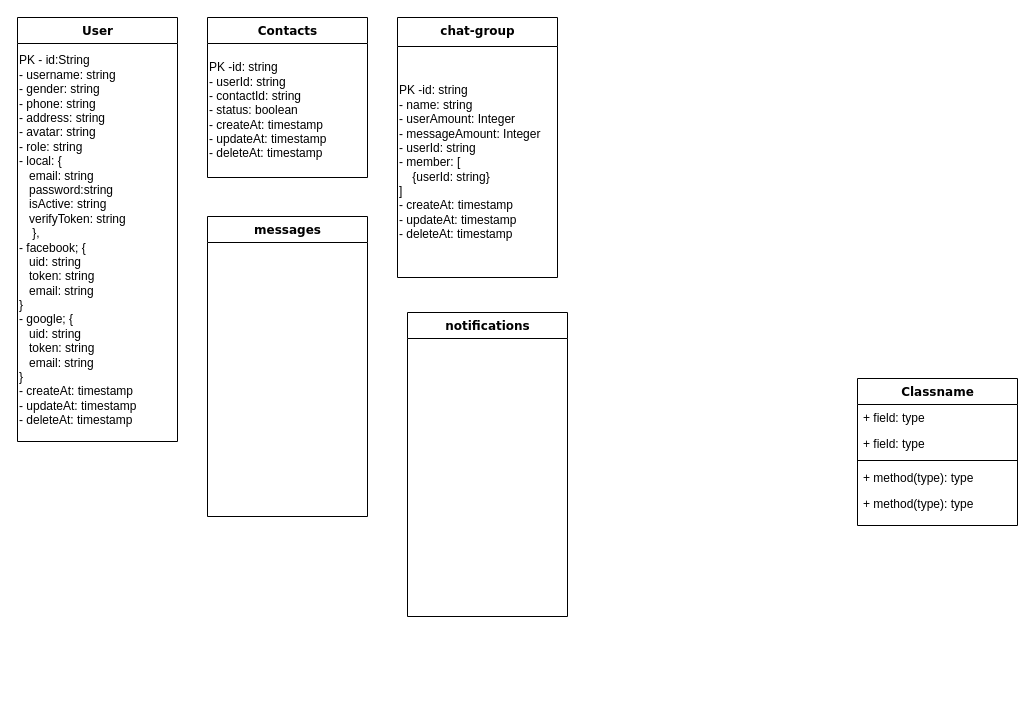
Before: Untitled Diagram.drawio in duocnm98/chatting-app, a draw.io diagram. Source tidied: cells renumbered, new cells numbered last; positions are measured from the earlier drawing's top-left corner, leaving out a move shared by most shapes. Both pictures are drawn from the tidied source at 100%, with x=0, y=0 at pixel (17, 17).
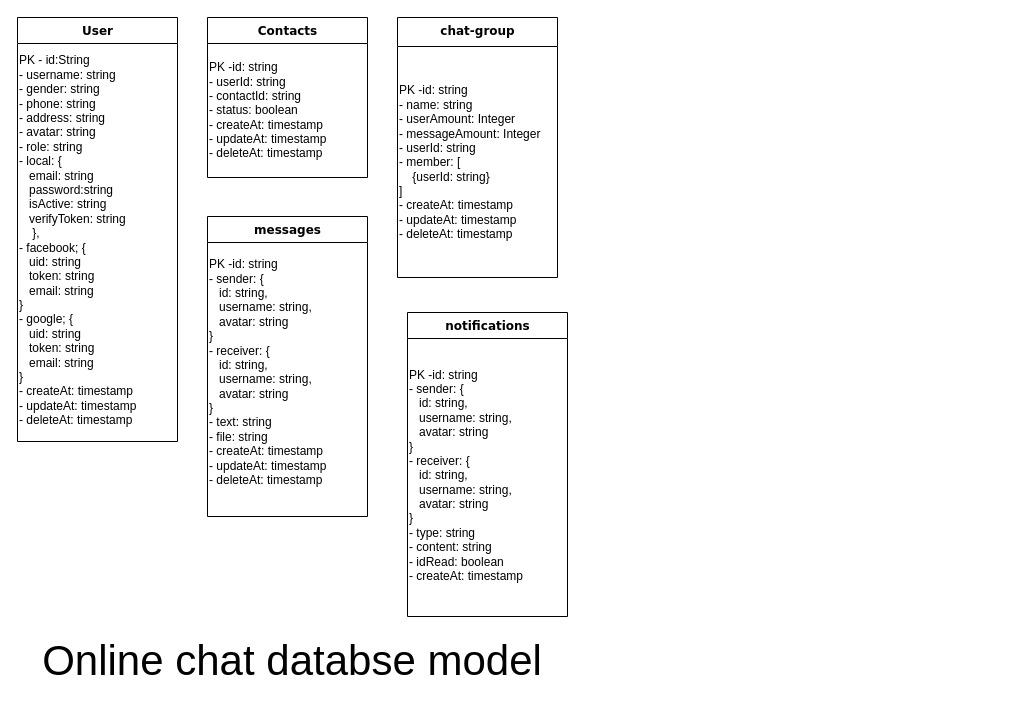
The same diagram, later.

Change to the diagram source:
```diff
@@
 <mxGraphModel background="#ffffff">
   <root>
     <mxCell id="0" />
     <mxCell id="1" parent="0" />
     <mxCell id="2" value="User" style="swimlane;html=1;fontStyle=1;align=center;verticalAlign=top;horizontal=1;startSize=26;swimlaneFillColor=#ffffff;rounded=0;shadow=0;comic=0;labelBackgroundColor=none;strokeColor=#000000;strokeWidth=1;fillColor=none;fontFamily=Verdana;fontSize=12;fontColor=#000000;" parent="1" vertex="1">
       <mxGeometry width="160" height="424" as="geometry" />
     </mxCell>
     <mxCell id="3" value="&lt;div&gt;&lt;span&gt;PK - id:String&lt;/span&gt;&lt;/div&gt;&lt;div&gt;- username: string&lt;/div&gt;&lt;div&gt;- gender: string&lt;/div&gt;&lt;div&gt;- phone: string&lt;/div&gt;&lt;div&gt;- address: string&lt;/div&gt;&lt;div&gt;- avatar: string&lt;/div&gt;&lt;div&gt;- role: string&lt;/div&gt;&lt;div&gt;- local: {&lt;/div&gt;&lt;div&gt;&amp;nbsp; &amp;nbsp;email: string&lt;/div&gt;&lt;div&gt;&amp;nbsp; &amp;nbsp;password:string&lt;/div&gt;&lt;div&gt;&amp;nbsp; &amp;nbsp;isActive: string&lt;/div&gt;&lt;div&gt;&amp;nbsp; &amp;nbsp;verifyToken: string&lt;/div&gt;&lt;div&gt;&amp;nbsp; &amp;nbsp; },&lt;/div&gt;&lt;div&gt;- facebook; {&lt;/div&gt;&lt;div&gt;&amp;nbsp; &amp;nbsp;uid: string&lt;/div&gt;&lt;div&gt;&amp;nbsp; &amp;nbsp;token: string&lt;/div&gt;&lt;div&gt;&amp;nbsp; &amp;nbsp;email: string&lt;/div&gt;&lt;div&gt;}&lt;/div&gt;&lt;div&gt;&lt;div&gt;- google; {&lt;/div&gt;&lt;div&gt;&amp;nbsp; &amp;nbsp;uid: string&lt;/div&gt;&lt;div&gt;&amp;nbsp; &amp;nbsp;token: string&lt;/div&gt;&lt;div&gt;&amp;nbsp; &amp;nbsp;email: string&lt;/div&gt;&lt;div&gt;}&lt;/div&gt;&lt;/div&gt;&lt;div&gt;- createAt: timestamp&lt;/div&gt;&lt;div&gt;- updateAt: timestamp&lt;/div&gt;&lt;div&gt;- deleteAt: timestamp&lt;/div&gt;" style="text;html=1;strokeColor=none;fillColor=none;align=left;verticalAlign=middle;whiteSpace=wrap;rounded=0;" parent="2" vertex="1">
       <mxGeometry y="26" width="160" height="394" as="geometry" />
     </mxCell>
     <mxCell id="4" value="Contacts" style="swimlane;html=1;fontStyle=1;align=center;verticalAlign=top;horizontal=1;startSize=26;swimlaneFillColor=#ffffff;rounded=0;shadow=0;comic=0;labelBackgroundColor=none;strokeColor=#000000;strokeWidth=1;fillColor=none;fontFamily=Verdana;fontSize=12;fontColor=#000000;" parent="1" vertex="1">
       <mxGeometry x="190" width="160" height="160" as="geometry" />
     </mxCell>
     <mxCell id="5" value="PK -id: string&lt;br&gt;- userId: string&lt;br&gt;- contactId: string&lt;br&gt;- status: boolean&lt;br&gt;&lt;div&gt;- createAt: timestamp&lt;/div&gt;&lt;div&gt;- updateAt: timestamp&lt;/div&gt;&lt;div&gt;- deleteAt: timestamp&lt;/div&gt;" style="text;html=1;strokeColor=none;fillColor=none;align=left;verticalAlign=middle;whiteSpace=wrap;rounded=0;" parent="4" vertex="1">
       <mxGeometry y="26" width="160" height="134" as="geometry" />
     </mxCell>
     <mxCell id="6" value="chat-group" style="swimlane;html=1;fontStyle=1;align=center;verticalAlign=top;horizontal=1;startSize=29;swimlaneFillColor=#ffffff;rounded=0;shadow=0;comic=0;labelBackgroundColor=none;strokeColor=#000000;strokeWidth=1;fillColor=none;fontFamily=Verdana;fontSize=12;fontColor=#000000;" parent="1" vertex="1">
       <mxGeometry x="380" width="160" height="260" as="geometry" />
     </mxCell>
     <mxCell id="7" value="PK -id: string&lt;br&gt;- name: string&lt;br&gt;- userAmount: Integer&lt;br&gt;- messageAmount: Integer&lt;br&gt;- userId: string&lt;br&gt;- member: [&lt;br&gt;&amp;nbsp; &amp;nbsp; {userId: string}&lt;br&gt;]&lt;br&gt;&lt;span&gt;- createAt: timestamp&lt;/span&gt;&lt;div&gt;- updateAt: timestamp&lt;/div&gt;&lt;div&gt;- deleteAt: timestamp&lt;/div&gt;" style="text;html=1;strokeColor=none;fillColor=none;align=left;verticalAlign=middle;whiteSpace=wrap;rounded=0;" parent="6" vertex="1">
       <mxGeometry y="29" width="160" height="231" as="geometry" />
     </mxCell>
     <mxCell id="8" value="messages" style="swimlane;html=1;fontStyle=1;align=center;verticalAlign=top;horizontal=1;startSize=26;swimlaneFillColor=#ffffff;rounded=0;shadow=0;comic=0;labelBackgroundColor=none;strokeColor=#000000;strokeWidth=1;fillColor=none;fontFamily=Verdana;fontSize=12;fontColor=#000000;" parent="1" vertex="1">
       <mxGeometry x="190" y="199" width="160" height="300" as="geometry" />
     </mxCell>
+    <mxCell id="16" value="PK -id: string&lt;br&gt;- sender: {&lt;br&gt;&amp;nbsp; &amp;nbsp;id: string,&lt;br&gt;&amp;nbsp; &amp;nbsp;username: string,&lt;br&gt;&amp;nbsp; &amp;nbsp;avatar: string&lt;br&gt;}&lt;br&gt;- receiver: {&lt;br&gt;&amp;nbsp; &amp;nbsp;id: string,&lt;br&gt;&amp;nbsp; &amp;nbsp;username: string,&lt;br&gt;&amp;nbsp; &amp;nbsp;avatar: string&lt;br&gt;}&lt;br&gt;- text: string&lt;br&gt;- file: string&lt;br&gt;&lt;div&gt;- createAt: timestamp&lt;/div&gt;&lt;div&gt;- updateAt: timestamp&lt;/div&gt;&lt;div&gt;- deleteAt: timestamp&lt;/div&gt;&amp;nbsp;" style="text;html=1;strokeColor=none;fillColor=none;align=left;verticalAlign=middle;whiteSpace=wrap;rounded=0;" parent="8" vertex="1">
+      <mxGeometry y="26" width="160" height="274" as="geometry" />
+    </mxCell>
     <mxCell id="9" value="notifications" style="swimlane;html=1;fontStyle=1;align=center;verticalAlign=top;horizontal=1;startSize=26;swimlaneFillColor=#ffffff;rounded=0;shadow=0;comic=0;labelBackgroundColor=none;strokeColor=#000000;strokeWidth=1;fillColor=none;fontFamily=Verdana;fontSize=12;fontColor=#000000;" parent="1" vertex="1">
       <mxGeometry x="390" y="295" width="160" height="304" as="geometry" />
     </mxCell>
-    <mxCell id="10" value="Classname" style="swimlane;html=1;fontStyle=1;align=center;verticalAlign=top;horizontal=1;startSize=26;swimlaneFillColor=#ffffff;rounded=0;shadow=0;comic=0;labelBackgroundColor=none;strokeColor=#000000;strokeWidth=1;fillColor=none;fontFamily=Verdana;fontSize=12;fontColor=#000000;" parent="1" vertex="1">
-      <mxGeometry x="840" y="361" width="160" height="147" as="geometry" />
-    </mxCell>
-    <mxCell id="11" value="+ field: type" style="text;html=1;strokeColor=none;fillColor=none;align=left;verticalAlign=top;spacingLeft=4;spacingRight=4;whiteSpace=wrap;overflow=hidden;" parent="10" vertex="1">
-      <mxGeometry y="26" width="160" height="26" as="geometry" />
-    </mxCell>
-    <mxCell id="12" value="+ field: type" style="text;html=1;strokeColor=none;fillColor=none;align=left;verticalAlign=top;spacingLeft=4;spacingRight=4;whiteSpace=wrap;overflow=hidden;" parent="10" vertex="1">
-      <mxGeometry y="52" width="160" height="26" as="geometry" />
-    </mxCell>
-    <mxCell id="13" style="line;html=1;strokeWidth=1;fillColor=none;align=left;verticalAlign=middle;spacingTop=-1;spacingLeft=3;spacingRight=3;labelPosition=right;" parent="10" vertex="1">
-      <mxGeometry y="78" width="160" height="8" as="geometry" />
-    </mxCell>
-    <mxCell id="14" value="+ method(type): type" style="text;html=1;strokeColor=none;fillColor=none;align=left;verticalAlign=top;spacingLeft=4;spacingRight=4;whiteSpace=wrap;overflow=hidden;" parent="10" vertex="1">
-      <mxGeometry y="86" width="160" height="26" as="geometry" />
-    </mxCell>
-    <mxCell id="15" value="+ method(type): type" style="text;html=1;strokeColor=none;fillColor=none;align=left;verticalAlign=top;spacingLeft=4;spacingRight=4;whiteSpace=wrap;overflow=hidden;" parent="10" vertex="1">
-      <mxGeometry y="112" width="160" height="26" as="geometry" />
-    </mxCell>
+    <mxCell id="17" value="PK -id: string&lt;br&gt;- sender: {&lt;br&gt;&amp;nbsp; &amp;nbsp;id: string,&lt;br&gt;&amp;nbsp; &amp;nbsp;username: string,&lt;br&gt;&amp;nbsp; &amp;nbsp;avatar: string&lt;br&gt;}&lt;br&gt;- receiver: {&lt;br&gt;&amp;nbsp; &amp;nbsp;id: string,&lt;br&gt;&amp;nbsp; &amp;nbsp;username: string,&lt;br&gt;&amp;nbsp; &amp;nbsp;avatar: string&lt;br&gt;}&lt;br&gt;- type: string&lt;br&gt;- content: string&lt;br&gt;- idRead: boolean&lt;br&gt;- createAt: timestamp" style="text;html=1;strokeColor=none;fillColor=none;align=left;verticalAlign=middle;whiteSpace=wrap;rounded=0;" parent="9" vertex="1">
+      <mxGeometry y="26" width="160" height="274" as="geometry" />
+    </mxCell>
+    <mxCell id="18" value="&lt;font style=&quot;font-size: 42px&quot;&gt;Online chat databse model&lt;/font&gt;" style="text;html=1;strokeColor=none;fillColor=none;align=center;verticalAlign=middle;whiteSpace=wrap;rounded=0;" parent="1" vertex="1">
+      <mxGeometry y="619" width="550" height="50" as="geometry" />
+    </mxCell>
   </root>
 </mxGraphModel>
```
